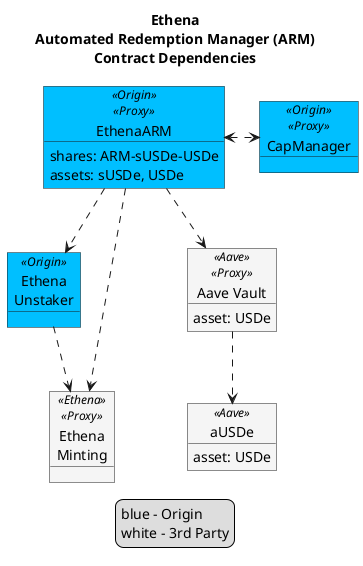
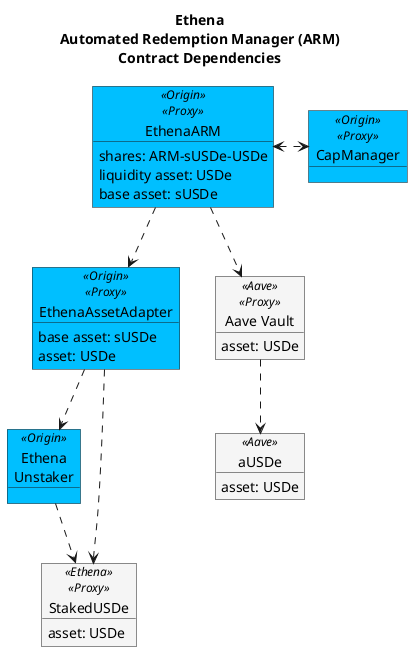
@startuml

!$originColor = DeepSkyBlue
' !$originColor = WhiteSmoke
!$newColor = LightGreen
!$changedColor = Orange
!$thirdPartyColor = WhiteSmoke

- legend
- blue - Origin
+ ' legend
+ ' blue - Origin
' green - new
' orange - changed
- white - 3rd Party
- end legend
+ ' white - 3rd Party
+ ' end legend

title "Ethena\nAutomated Redemption Manager (ARM)\nContract Dependencies"

object "EthenaARM" as arm <<Origin>><<Proxy>> #$originColor {
    shares: ARM-sUSDe-USDe
-     assets: sUSDe, USDe
+     liquidity asset: USDe
+     base asset: sUSDe
}

object "CapManager" as capMan <<Origin>><<Proxy>> #$originColor {
}

+ object "EthenaAssetAdapter" as adapter <<Origin>><<Proxy>> #$originColor {
+     base asset: sUSDe
+     asset: USDe
+ }

object "Ethena\nUnstaker" as unstaker <<Origin>> #$originColor {
}

- object "Ethena\nMinting" as em <<Ethena>><<Proxy>> #$thirdPartyColor {
+ object "StakedUSDe" as susde <<Ethena>><<Proxy>> #$thirdPartyColor {
+     asset: USDe
}

' object "Aave Market" as aMarket <<Origin>><<Proxy>> #$originColor {
'     asset: USDe
' }

object "Aave Vault" as aVault <<Aave>><<Proxy>> #$thirdPartyColor {
    asset: USDe
}

object "aUSDe" as aUSDe <<Aave>> #$thirdPartyColor {
    asset: USDe
}

arm <.> capMan
- arm ..> unstaker
- arm ...> em
- unstaker ..> em
+ arm ..> adapter
+ adapter ..> unstaker
+ adapter ..> susde
+ unstaker ..> susde
' arm ..> aMarket
' aMarket ..> aVault
' aVault ..> aUSDe
' aMarket ...> aUSDe
arm ..> aVault
aVault ..> aUSDe

- @enduml+ @enduml
